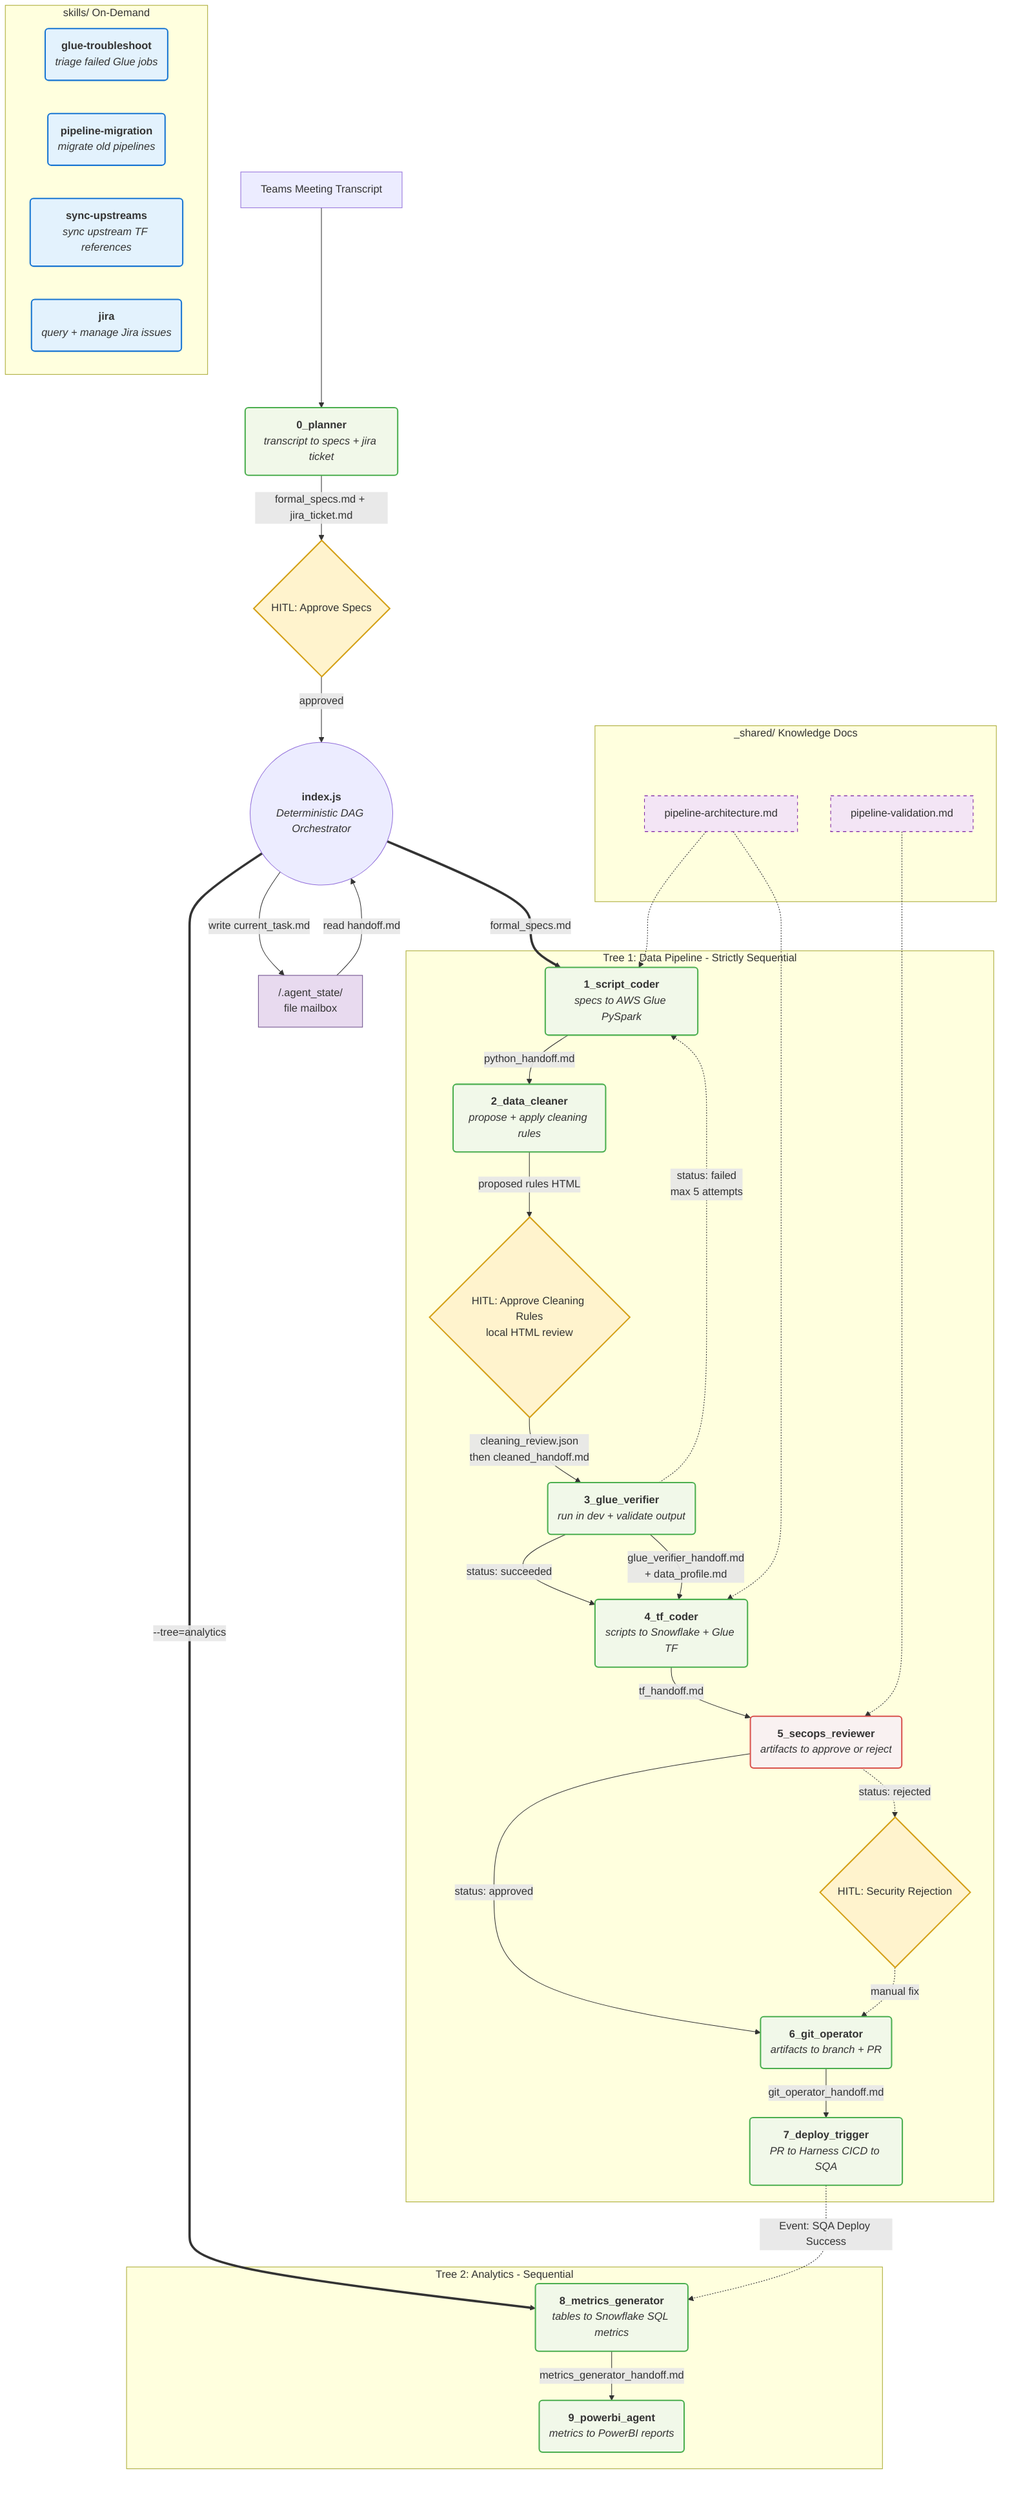
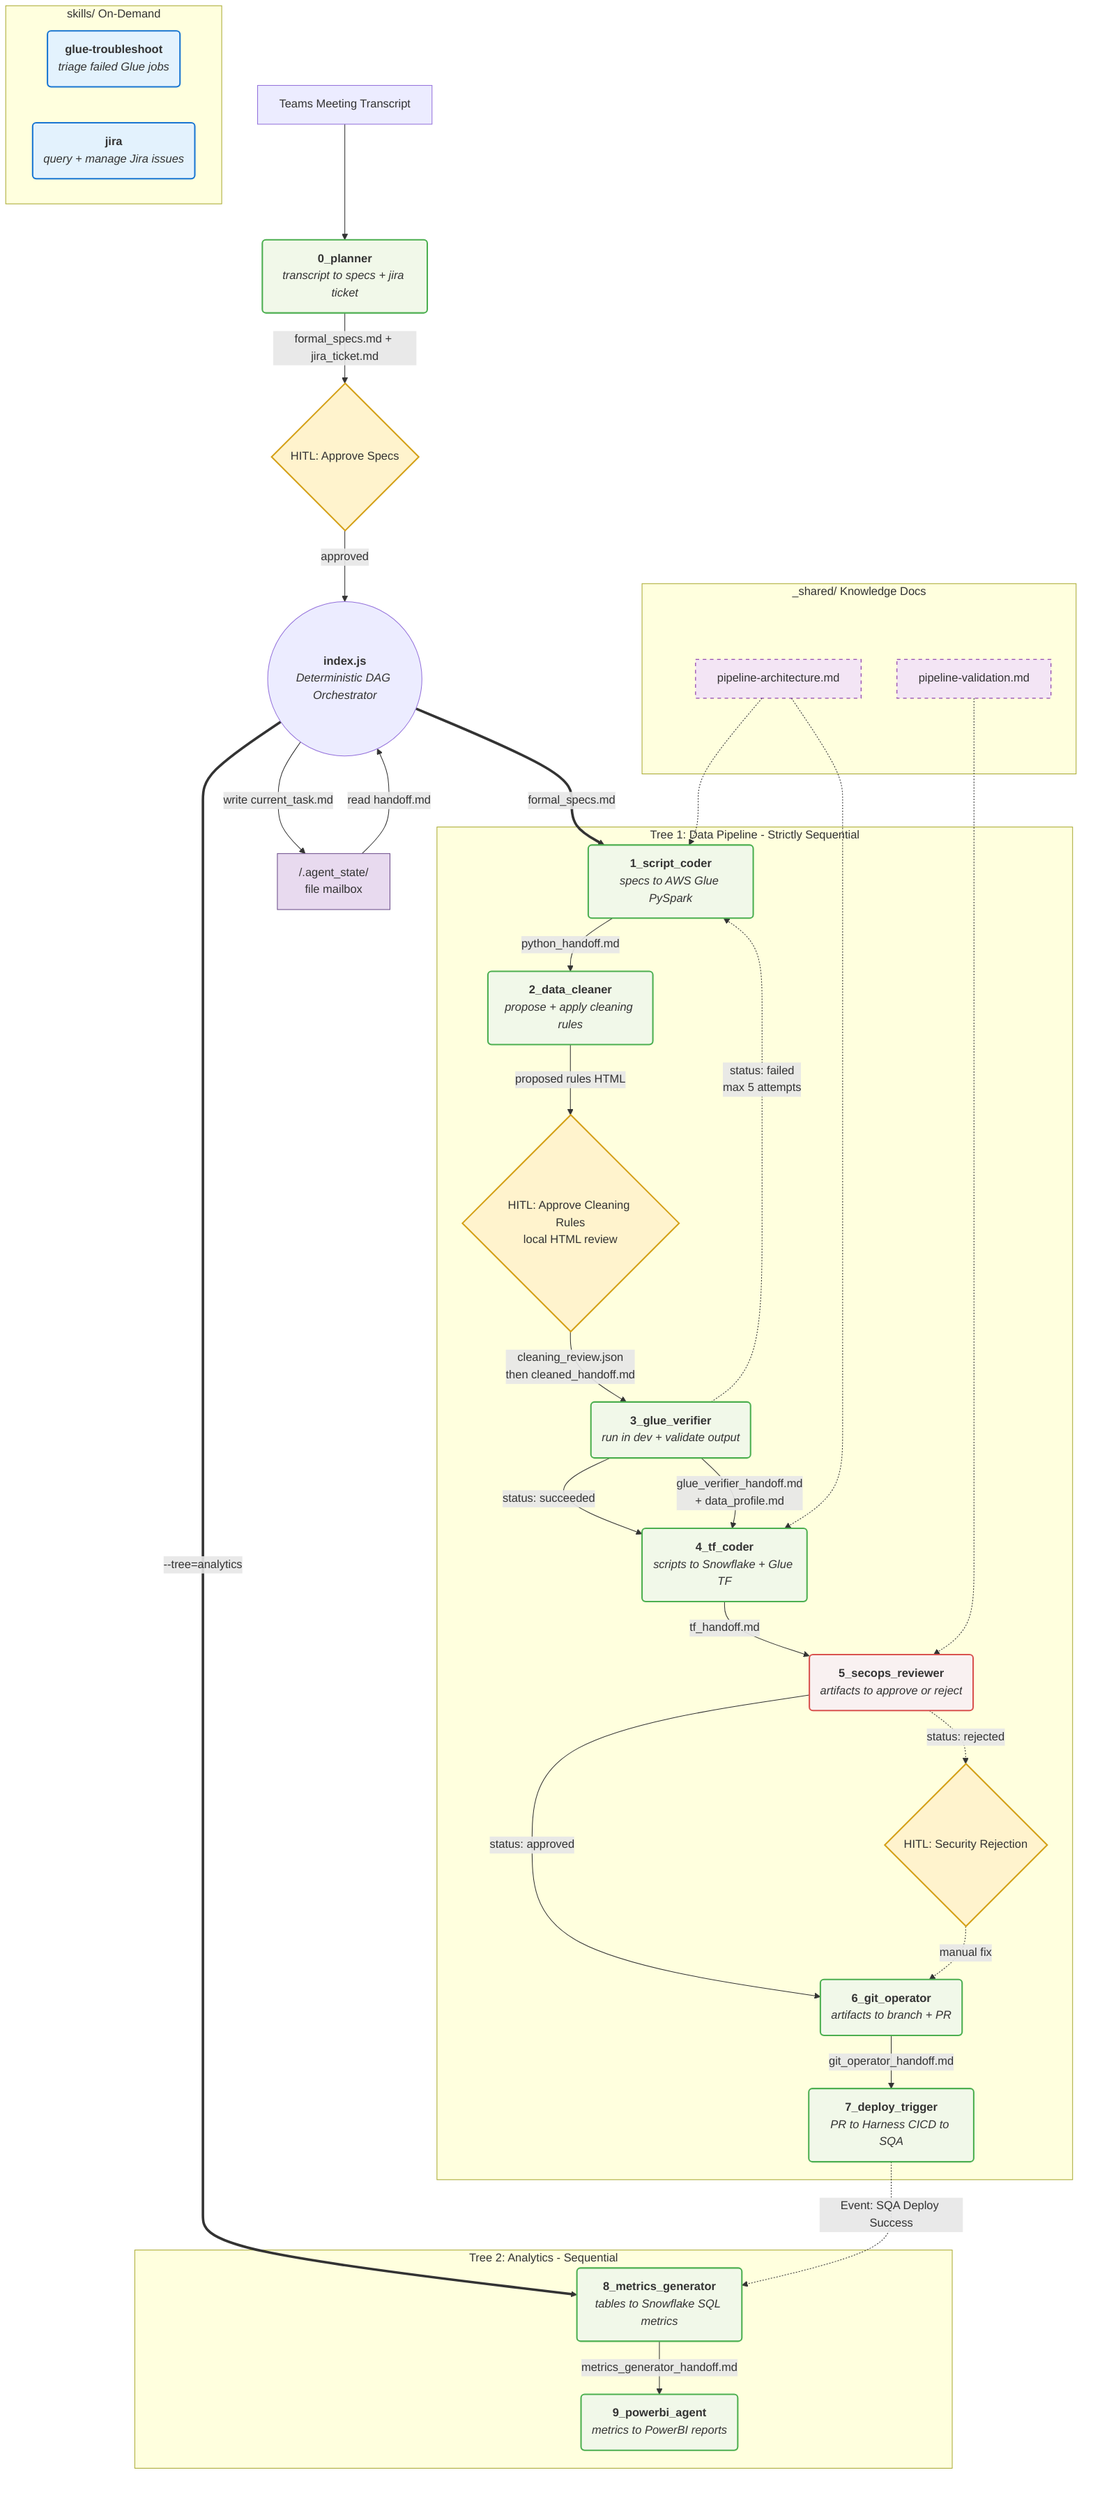
graph TD
    %% Input + Planning (pre-orchestration)
    INPUT[Teams Meeting Transcript]
    A0(<b>0_planner</b><br/><i>transcript to specs + jira ticket</i>):::agent
    HITL1{HITL: Approve Specs}:::hitl

    %% Orchestrator
    ORCH((<b>index.js</b><br/><i>Deterministic DAG Orchestrator</i>))

    %% Tree 1: Data Pipeline Track
    subgraph Tree_1 [Tree 1: Data Pipeline - Strictly Sequential]
        A1(<b>1_script_coder</b><br/><i>specs to AWS Glue PySpark</i>):::agent
        A2(<b>2_data_cleaner</b><br/><i>propose + apply cleaning rules</i>):::agent
        HITL_CLEAN{HITL: Approve Cleaning Rules<br/>local HTML review}:::hitl
        A3(<b>3_glue_verifier</b><br/><i>run in dev + validate output</i>):::agent
        A4(<b>4_tf_coder</b><br/><i>scripts to Snowflake + Glue TF</i>):::agent
        A5(<b>5_secops_reviewer</b><br/><i>artifacts to approve or reject</i>):::secure
        HITL2{HITL: Security Rejection}:::hitl
        A6(<b>6_git_operator</b><br/><i>artifacts to branch + PR</i>):::agent
        A7(<b>7_deploy_trigger</b><br/><i>PR to Harness CICD to SQA</i>):::agent

        A1 -->|python_handoff.md| A2
        A2 -->|proposed rules HTML| HITL_CLEAN
        HITL_CLEAN -->|cleaning_review.json<br/>then cleaned_handoff.md| A3
        A3 -->|status: succeeded| A4
        A3 -.->|status: failed<br/>max 5 attempts| A1
        A3 -->|glue_verifier_handoff.md<br/>+ data_profile.md| A4
        A4 -->|tf_handoff.md| A5
        A5 -->|status: approved| A6
        A5 -.->|status: rejected| HITL2
        HITL2 -.->|manual fix| A6
        A6 -->|git_operator_handoff.md| A7
    end

    %% Tree 2: Analytics Track
    subgraph Tree_2 [Tree 2: Analytics - Sequential]
        A8(<b>8_metrics_generator</b><br/><i>tables to Snowflake SQL metrics</i>):::agent
        A9(<b>9_powerbi_agent</b><br/><i>metrics to PowerBI reports</i>):::agent
        A8 -->|metrics_generator_handoff.md| A9
    end

    %% Shared Knowledge (read by multiple agents)
    subgraph Shared ["_shared/ Knowledge Docs"]
        KD1[pipeline-architecture.md]:::knowledge
        KD2[pipeline-validation.md]:::knowledge
    end

    %% Standalone Skills (on-demand, not part of DAG)
    subgraph Skills ["skills/ On-Demand"]
        S1(<b>glue-troubleshoot</b><br/><i>triage failed Glue jobs</i>):::skill
-         S2(<b>pipeline-migration</b><br/><i>migrate old pipelines</i>):::skill
-         S3(<b>sync-upstreams</b><br/><i>sync upstream TF references</i>):::skill
-         S4(<b>jira</b><br/><i>query + manage Jira issues</i>):::skill
+         S2(<b>jira</b><br/><i>query + manage Jira issues</i>):::skill
    end

    %% Mailbox
    STATE["/.agent_state/<br/>file mailbox"]:::state

    %% Flow: Planning phase (before orchestrator)
    INPUT --> A0
    A0 -->|formal_specs.md + jira_ticket.md| HITL1
    HITL1 -->|approved| ORCH

    %% Flow: Orchestrator dispatches to trees
    ORCH ==>|formal_specs.md| A1
    ORCH ==>|--tree=analytics| A8
    A7 -.->|Event: SQA Deploy Success| A8

    %% Mailbox connections
    ORCH -->|write current_task.md| STATE
    STATE -->|read handoff.md| ORCH

    %% Shared knowledge feeds agents
    KD1 -.-> A1
    KD1 -.-> A4
    KD2 -.-> A5

    classDef secure fill:#f9f1f1,stroke:#d9534f,stroke-width:2px;
    classDef agent fill:#f1f8e9,stroke:#4caf50,stroke-width:2px;
    classDef hitl fill:#fff3cd,stroke:#d4a017,stroke-width:2px;
    classDef state fill:#e8daef,stroke:#6b4c8a,stroke-width:1px;
    classDef skill fill:#e3f2fd,stroke:#1976d2,stroke-width:2px;
    classDef knowledge fill:#f3e5f5,stroke:#7b1fa2,stroke-width:1px,stroke-dasharray:5 5;
